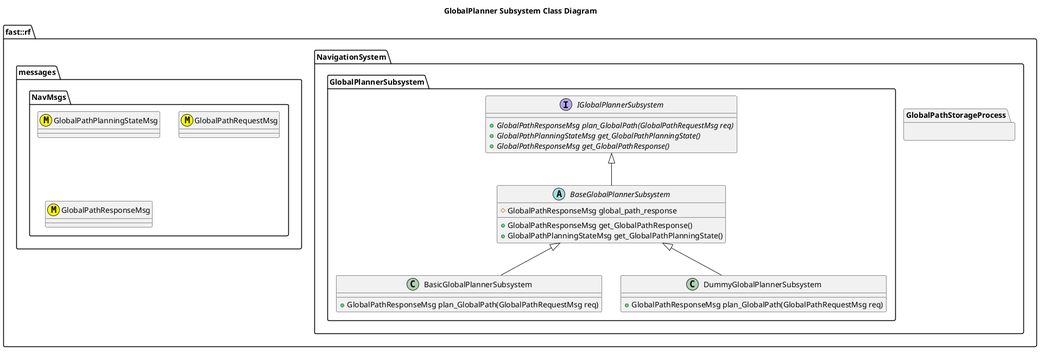
This is Systems/Navigation/Subsystems/GlobalPlanner/doc/puml/GlobalPlannerSubsystemClassDiagram.png from fastrobotics/robot_framework, a PlantUML export, as it was before one commit.
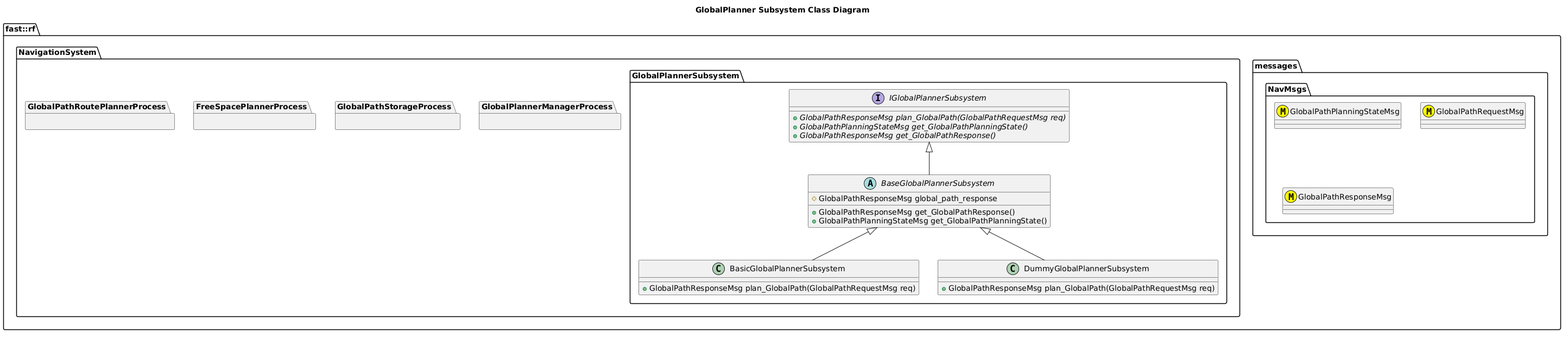
Above is the later version.

Change to the diagram source:
```diff
@@ -32,7 +32,16 @@
       }
       DummyGlobalPlannerSubsystem -up-|> BaseGlobalPlannerSubsystem
     }
+    package GlobalPlannerManagerProcess {
+
+    }
     package GlobalPathStorageProcess {
+
+    }
+    package FreeSpacePlannerProcess {
+
+    }
+    package GlobalPathRoutePlannerProcess {
 
     }
   }
```
